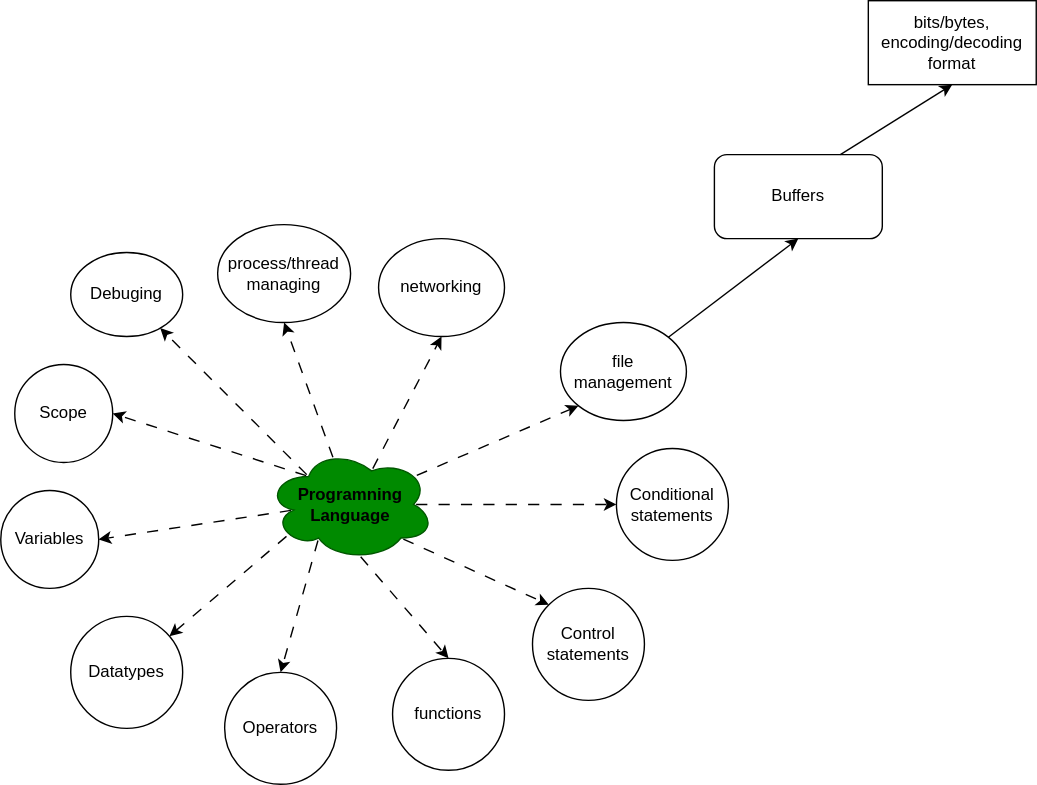
This is ⭐programming-langs/pl.svg from knkrn5/Programming-Concepts, a draw.io export, as it was before one commit. Source tidied: cells renumbered, new cells last; positions are measured from the earlier drawing's top-left corner, leaving out a move shared by most shapes.
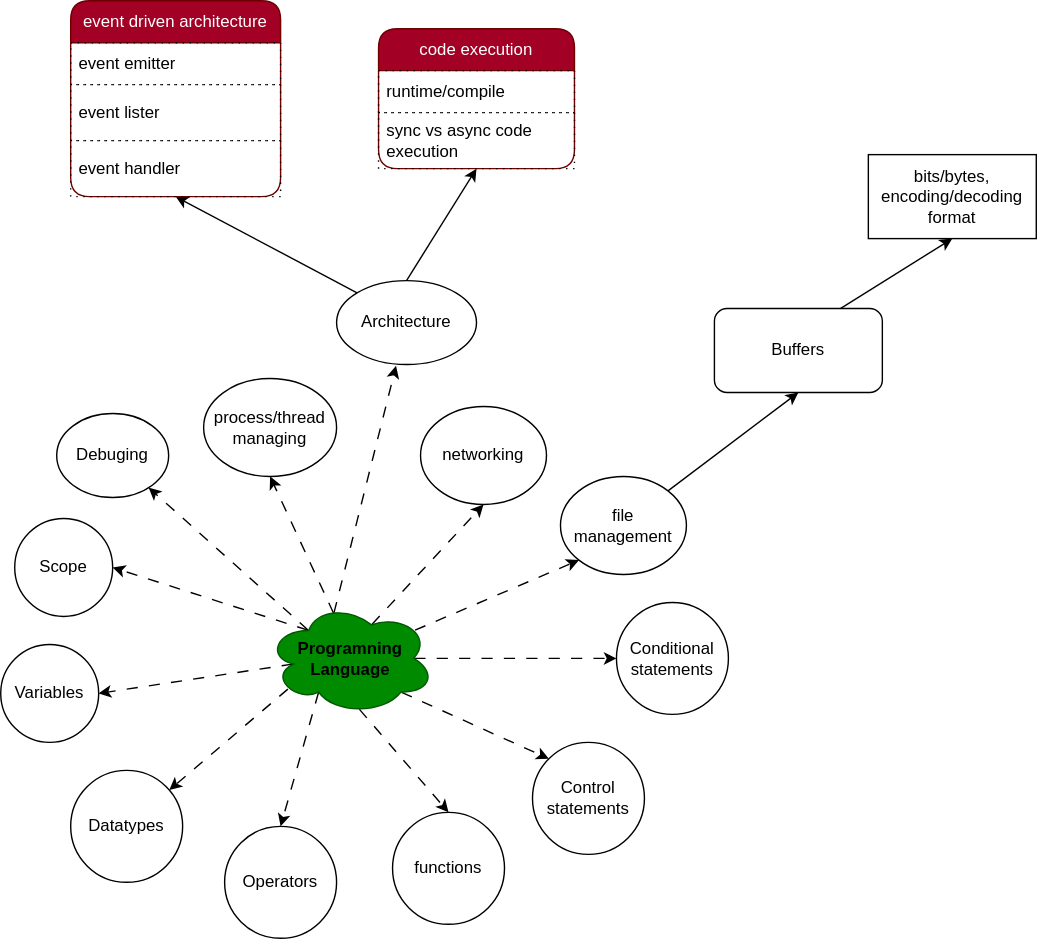
After the commit.

Commit message:
Refactor code structure for improved readability and maintainability

The edit, as a diff of the source:
```diff
@@ -35,6 +35,9 @@
     <mxCell id="12" style="edgeStyle=none;html=1;exitX=0.25;exitY=0.25;exitDx=0;exitDy=0;exitPerimeter=0;flowAnimation=1;" parent="1" edge="1" source="13" target="28">
       <mxGeometry relative="1" as="geometry" />
     </mxCell>
+    <mxCell id="29" style="edgeStyle=none;html=1;exitX=0.4;exitY=0.1;exitDx=0;exitDy=0;exitPerimeter=0;entryX=0.425;entryY=1.015;entryDx=0;entryDy=0;entryPerimeter=0;flowAnimation=1;" parent="1" edge="1" source="13" target="32">
+      <mxGeometry relative="1" as="geometry" />
+    </mxCell>
     <mxCell id="13" value="&lt;b&gt;&lt;font style=&quot;color: light-dark(rgb(0, 0, 0), rgb(0, 0, 0));&quot;&gt;Programning&lt;/font&gt;&lt;/b&gt;&lt;div&gt;&lt;font style=&quot;&quot;&gt;&lt;b style=&quot;&quot;&gt;&lt;font style=&quot;color: light-dark(rgb(0, 0, 0), rgb(0, 0, 0));&quot;&gt;Language&lt;/font&gt;&lt;/b&gt;&lt;/font&gt;&lt;/div&gt;" style="ellipse;shape=cloud;whiteSpace=wrap;html=1;fillColor=#008a00;fontColor=#ffffff;strokeColor=#005700;" parent="1" vertex="1">
       <mxGeometry x="190" y="320" width="120" height="80" as="geometry" />
     </mxCell>
@@ -60,10 +63,10 @@
       <mxGeometry x="400" y="230" width="90" height="70" as="geometry" />
     </mxCell>
     <mxCell id="21" value="networking" style="ellipse;whiteSpace=wrap;html=1;" parent="1" vertex="1">
-      <mxGeometry x="270" y="170" width="90" height="70" as="geometry" />
+      <mxGeometry x="300" y="180" width="90" height="70" as="geometry" />
     </mxCell>
     <mxCell id="22" value="process/thread&lt;div&gt;managing&lt;/div&gt;" style="ellipse;whiteSpace=wrap;html=1;" parent="1" vertex="1">
-      <mxGeometry x="155" y="160" width="95" height="70" as="geometry" />
+      <mxGeometry x="145" y="160" width="95" height="70" as="geometry" />
     </mxCell>
     <mxCell id="23" style="html=1;exitX=0.55;exitY=0.95;exitDx=0;exitDy=0;exitPerimeter=0;entryX=0.5;entryY=0;entryDx=0;entryDy=0;flowAnimation=1;" parent="1" edge="1" source="13" target="16">
       <mxGeometry relative="1" as="geometry" />
@@ -81,7 +84,37 @@
       <mxGeometry relative="1" as="geometry" />
     </mxCell>
     <mxCell id="28" value="Debuging" style="ellipse;whiteSpace=wrap;html=1;" parent="1" vertex="1">
-      <mxGeometry x="50" y="180" width="80" height="60" as="geometry" />
+      <mxGeometry x="40" y="185" width="80" height="60" as="geometry" />
     </mxCell>
+    <mxCell id="30" style="edgeStyle=none;html=1;exitX=0.5;exitY=0;exitDx=0;exitDy=0;entryX=0.5;entryY=1;entryDx=0;entryDy=0;" parent="1" edge="1" source="32" target="33">
+      <mxGeometry relative="1" as="geometry" />
+    </mxCell>
+    <mxCell id="31" style="edgeStyle=none;html=1;exitX=0;exitY=0;exitDx=0;exitDy=0;entryX=0.5;entryY=1;entryDx=0;entryDy=0;" parent="1" edge="1" source="32" target="36">
+      <mxGeometry relative="1" as="geometry" />
+    </mxCell>
+    <mxCell id="32" value="Architecture" style="ellipse;whiteSpace=wrap;html=1;" parent="1" vertex="1">
+      <mxGeometry x="240" y="90" width="100" height="60" as="geometry" />
+    </mxCell>
+    <mxCell id="33" value="code execution" style="swimlane;fontStyle=0;horizontal=1;startSize=30;whiteSpace=wrap;html=1;rounded=1;fillColor=#a20025;fontColor=#ffffff;strokeColor=#6F0000;" parent="1" vertex="1">
+      <mxGeometry x="270" y="-90" width="140" height="100" as="geometry" />
+    </mxCell>
+    <mxCell id="34" value="runtime/compile" style="text;strokeColor=default;fillColor=none;align=left;verticalAlign=middle;spacingLeft=4;spacingRight=4;overflow=hidden;whiteSpace=wrap;html=1;dashed=1;dashPattern=1 4;" parent="33" vertex="1">
+      <mxGeometry y="30" width="140" height="30" as="geometry" />
+    </mxCell>
+    <mxCell id="35" value="sync vs async code execution" style="text;strokeColor=default;fillColor=none;align=left;verticalAlign=middle;spacingLeft=4;spacingRight=4;overflow=hidden;whiteSpace=wrap;html=1;dashed=1;dashPattern=1 4;" parent="33" vertex="1">
+      <mxGeometry y="60" width="140" height="40" as="geometry" />
+    </mxCell>
+    <mxCell id="36" value="event driven architecture" style="swimlane;fontStyle=0;horizontal=1;startSize=30;whiteSpace=wrap;html=1;rounded=1;fillColor=#a20025;fontColor=#ffffff;strokeColor=#6F0000;" parent="1" vertex="1">
+      <mxGeometry x="50" y="-110" width="150" height="140" as="geometry" />
+    </mxCell>
+    <mxCell id="37" value="event emitter" style="text;strokeColor=default;fillColor=none;align=left;verticalAlign=middle;spacingLeft=4;spacingRight=4;overflow=hidden;whiteSpace=wrap;html=1;dashed=1;dashPattern=1 4;" parent="36" vertex="1">
+      <mxGeometry y="30" width="150" height="30" as="geometry" />
+    </mxCell>
+    <mxCell id="38" value="event lister" style="text;strokeColor=default;fillColor=none;align=left;verticalAlign=middle;spacingLeft=4;spacingRight=4;overflow=hidden;whiteSpace=wrap;html=1;dashed=1;dashPattern=1 4;" parent="36" vertex="1">
+      <mxGeometry y="60" width="150" height="40" as="geometry" />
+    </mxCell>
+    <mxCell id="39" value="event handler" style="text;strokeColor=default;fillColor=none;align=left;verticalAlign=middle;spacingLeft=4;spacingRight=4;overflow=hidden;whiteSpace=wrap;html=1;dashed=1;dashPattern=1 4;" parent="36" vertex="1">
+      <mxGeometry y="100" width="150" height="40" as="geometry" />
+    </mxCell>
   </root>
 </mxGraphModel>
```
